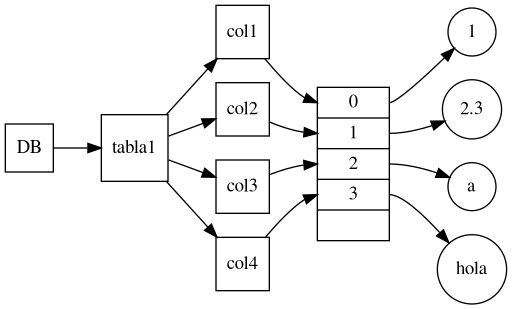
This is tablaDatos.png from Yeferal/EstructuraDBGT, a Graphviz export, as it was before one commit. Its source is kept beside it as tablaDatos.dot. Source of this version:
```dot
digraph G {
DB ->tabla1;
node [shape=record];
node0 [label = "<f1> 0 | <f2> 1 | <f3> 2 | <f4> 3 |"]
tabla1->col1;
col1[ shape=square];
col1 -> node0:f1;
tabla1->col2;
col2[ shape=square];
col2 -> node0:f2;
tabla1->col3;
col3[ shape=square];
col3 -> node0:f3;
tabla1->col4;
col4[ shape=square];
col4 -> node0:f4;
node [shape = circle];node0: f1 -> 1;
node0: f2 -> 2.3;
node0: f3 -> a;
node0: f4 -> hola;
rankdir=LR;
tabla1[ shape=square];
DB[ shape=square];
}
```
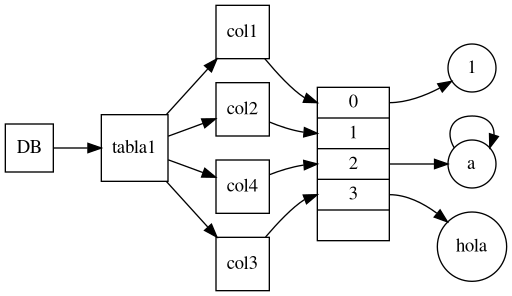
The same diagram one commit later.

What changed in the source:
```diff
@@ -10,13 +10,13 @@
 col2 -> node0:f2;
 tabla1->col3;
 col3[ shape=square];
-col3 -> node0:f3;
+col3 -> node0:f4;
 tabla1->col4;
 col4[ shape=square];
-col4 -> node0:f4;
+col4 -> node0:f3;
 node [shape = circle];node0: f1 -> 1;
-node0: f2 -> 2.3;
 node0: f3 -> a;
+a ->a;
 node0: f4 -> hola;
 rankdir=LR;
 tabla1[ shape=square];
```
